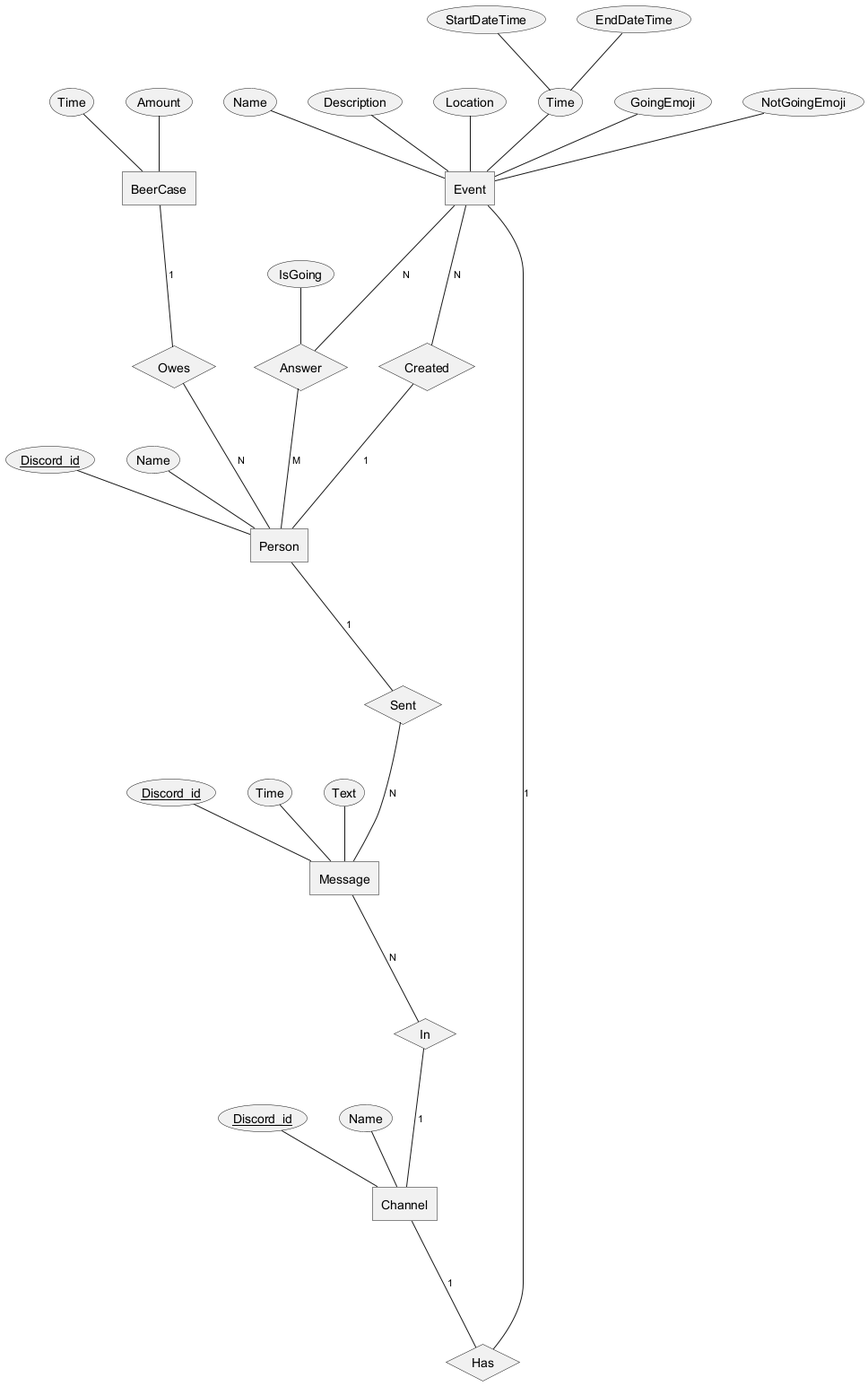
Above: ER-diagram.png in Official-Acki/fredagsbar-discord-bot (PlantUML), before the change.
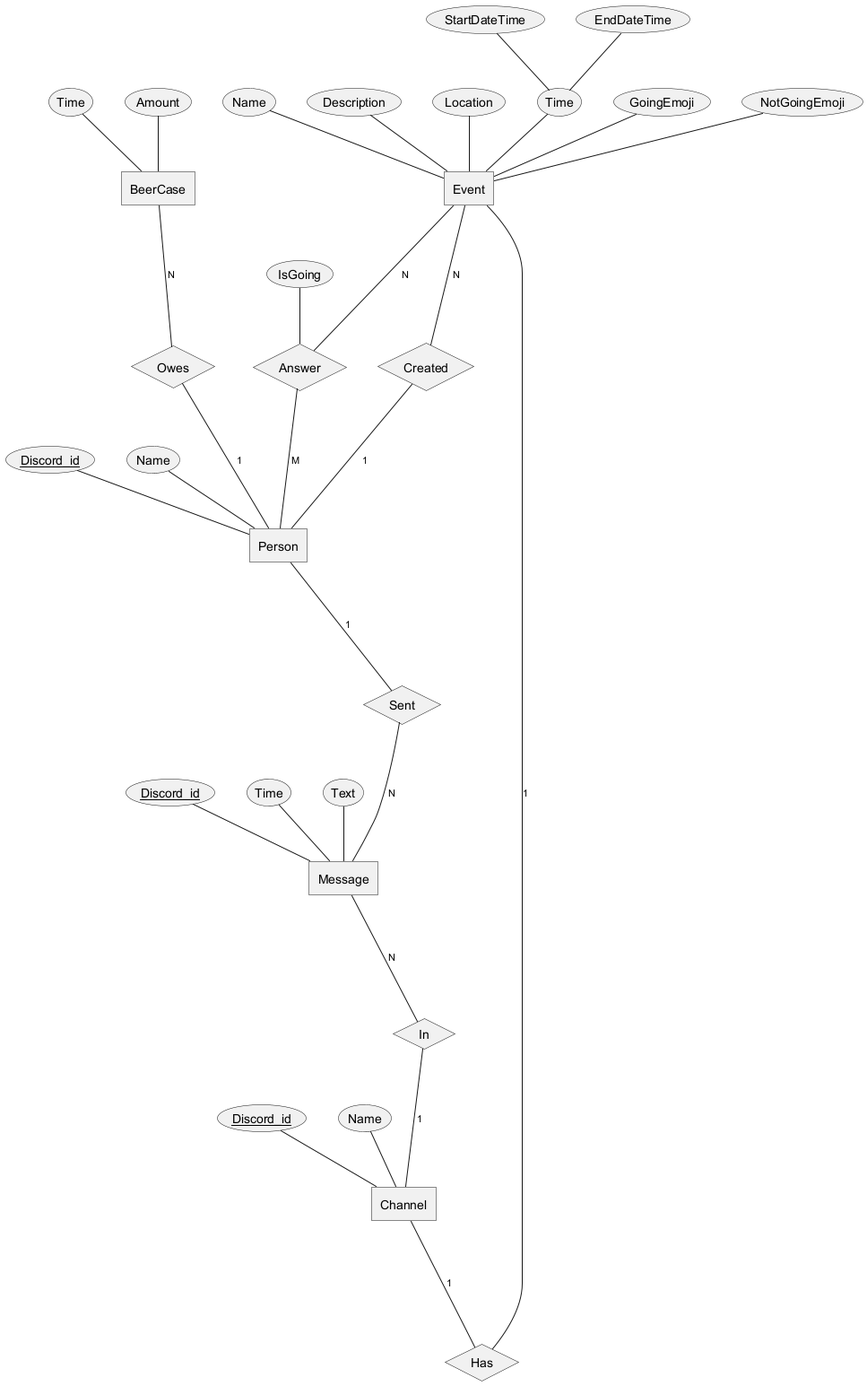
Above is the later version.

What changed in the source:
```diff
@@ -38,8 +38,8 @@
 relationship Owes {
 }
 
-BeerCase -1- Owes
-Owes -N- Person
+BeerCase -N- Owes
+Owes -1- Person
 
 entity Channel {
     Discord_id <<key>>
```
